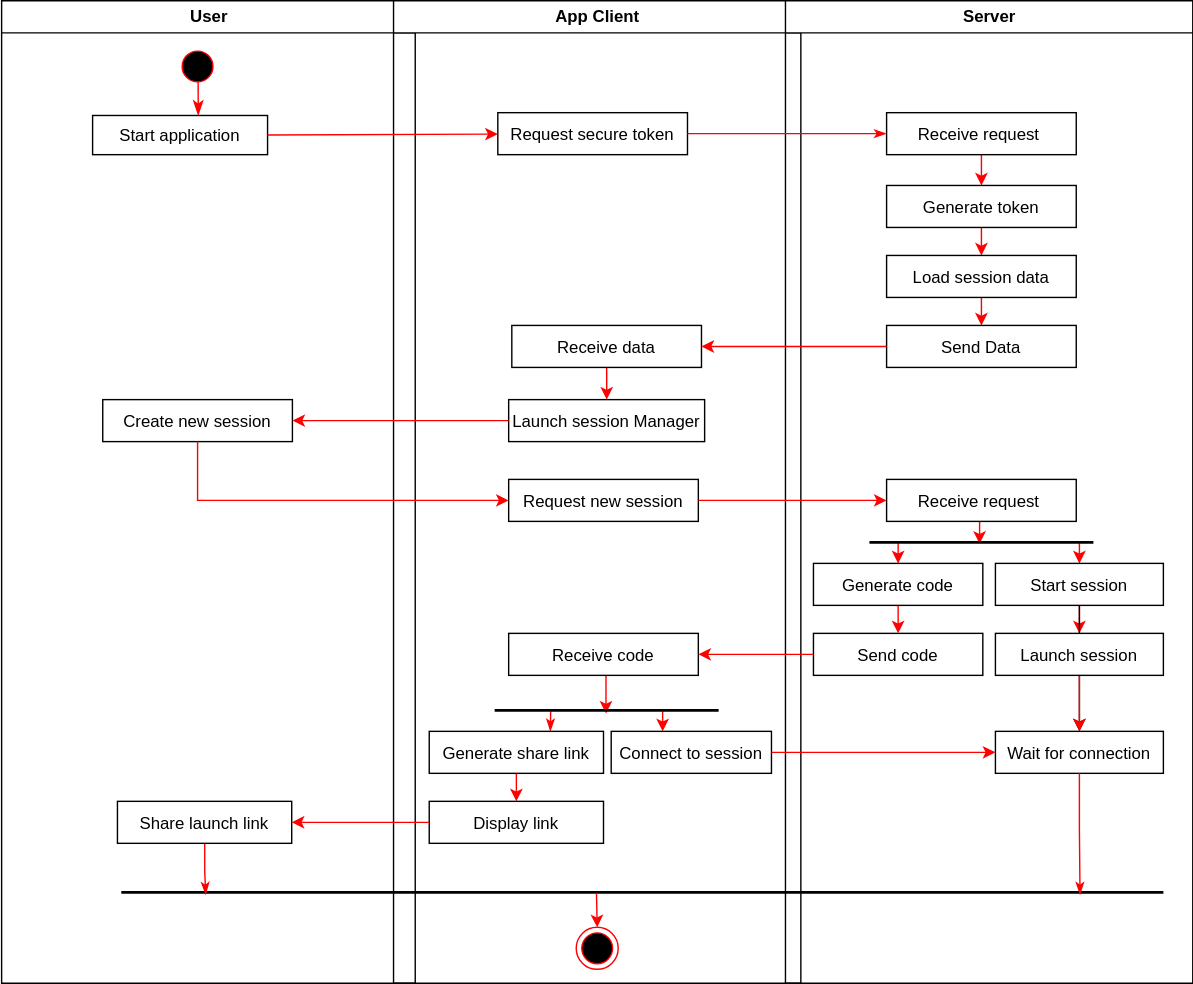
Above: use-cases/activity_diagrams/create_a_session.svg in MaxiLambda/LectureFeed-Docs (draw.io), before the change. Source tidied: cells renumbered, new cells last; positions are measured from the earlier drawing's top-left corner, leaving out a move shared by most shapes.
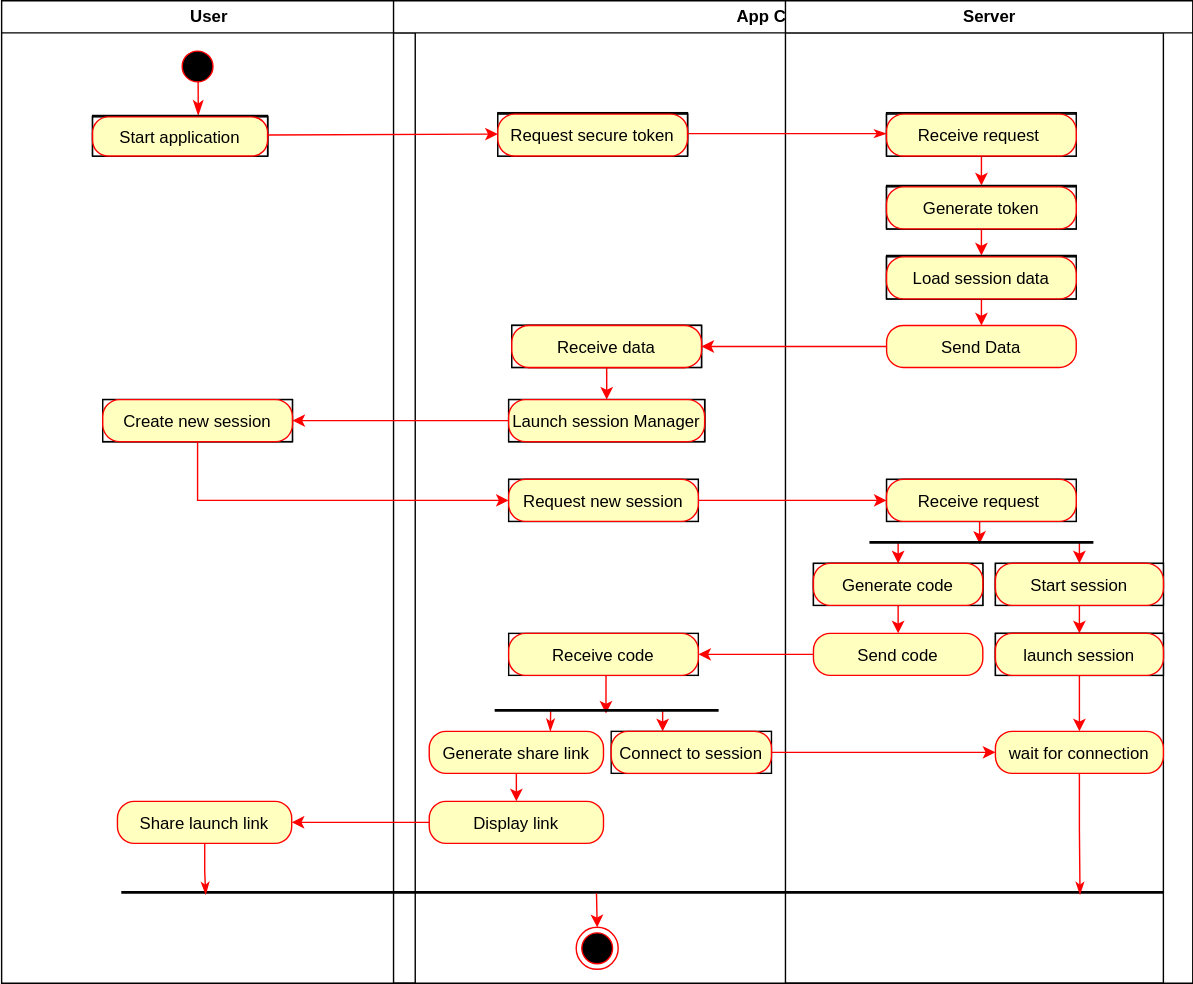
The same diagram one commit later.

Diff of the diagram source:
```diff
@@ -21,7 +21,7 @@
       <mxGeometry x="85.5" y="632" width="744.5" height="10" as="geometry" />
     </mxCell>
     <mxCell id="8" value="App Client" style="swimlane;whiteSpace=wrap;startSize=23;" parent="1" vertex="1">
-      <mxGeometry x="280.5" width="291" height="702" as="geometry" />
+      <mxGeometry x="280.5" width="550" height="702" as="geometry" />
     </mxCell>
     <mxCell id="9" value="Request secure token" parent="8" vertex="1">
       <mxGeometry x="74.5" y="80" width="135.5" height="30" as="geometry" />
@@ -56,18 +56,87 @@
     <mxCell id="19" style="edgeStyle=orthogonalEdgeStyle;rounded=0;jettySize=auto;html=1;exitX=0.5;exitY=1;exitDx=0;exitDy=0;entryX=0.5;entryY=0;entryDx=0;entryDy=0;strokeColor=#FF0000;" parent="8" edge="1" source="20" target="22">
       <mxGeometry relative="1" as="geometry" />
     </mxCell>
-    <mxCell id="20" value="Generate share link" parent="8" vertex="1">
+    <mxCell id="20" value="Generate share link" style="rounded=1;fontColor=#000000;strokeColor=#ff0000;fillColor=#ffffc0;arcSize=40;" parent="8" vertex="1">
       <mxGeometry x="25.5" y="522" width="124.5" height="30" as="geometry" />
     </mxCell>
     <mxCell id="21" value="Connect to session" parent="8" vertex="1">
       <mxGeometry x="155.5" y="522" width="114.5" height="30" as="geometry" />
     </mxCell>
-    <mxCell id="22" value="Display link" parent="8" vertex="1">
+    <mxCell id="22" value="Display link" style="rounded=1;fontColor=#000000;strokeColor=#ff0000;fillColor=#ffffc0;arcSize=40;" parent="8" vertex="1">
       <mxGeometry x="25.5" y="572" width="124.5" height="30" as="geometry" />
     </mxCell>
     <mxCell id="23" style="ellipse;html=1;shape=endState;fillColor=#000000;strokeColor=#ff0000;" parent="8" vertex="1">
       <mxGeometry x="130.5" y="662" width="30" height="30" as="geometry" />
     </mxCell>
+    <mxCell id="59" value="Start application" parent="8" vertex="1">
+      <mxGeometry x="-215" y="83" width="125" height="28" as="geometry" />
+    </mxCell>
+    <mxCell id="60" value="Request secure token" parent="8" vertex="1">
+      <mxGeometry x="74.5" y="81" width="135.5" height="30" as="geometry" />
+    </mxCell>
+    <mxCell id="61" value="Receive request " parent="8" vertex="1">
+      <mxGeometry x="352.2" y="81" width="135.5" height="30" as="geometry" />
+    </mxCell>
+    <mxCell id="62" value="Generate token" parent="8" vertex="1">
+      <mxGeometry x="352.2" y="133" width="135.5" height="30" as="geometry" />
+    </mxCell>
+    <mxCell id="63" value="Load session data" parent="8" vertex="1">
+      <mxGeometry x="352.2" y="183" width="135.5" height="30" as="geometry" />
+    </mxCell>
+    <mxCell id="64" value="Receive data" parent="8" vertex="1">
+      <mxGeometry x="84.5" y="232" width="135.5" height="30" as="geometry" />
+    </mxCell>
+    <mxCell id="65" value="Launch session Manager" parent="8" vertex="1">
+      <mxGeometry x="82.2" y="285" width="140" height="30" as="geometry" />
+    </mxCell>
+    <mxCell id="66" value="Create new session" parent="8" vertex="1">
+      <mxGeometry x="-207.8" y="285" width="135.5" height="30" as="geometry" />
+    </mxCell>
+    <mxCell id="67" value="Start application" style="rounded=1;fontColor=#000000;strokeColor=#ff0000;fillColor=#ffffc0;arcSize=40;" parent="8" vertex="1">
+      <mxGeometry x="-215" y="83" width="125" height="28" as="geometry" />
+    </mxCell>
+    <mxCell id="68" value="Request secure token" style="rounded=1;fontColor=#000000;strokeColor=#ff0000;fillColor=#ffffc0;arcSize=40;" parent="8" vertex="1">
+      <mxGeometry x="74.5" y="81" width="135.5" height="30" as="geometry" />
+    </mxCell>
+    <mxCell id="69" value="Receive request " style="rounded=1;fontColor=#000000;strokeColor=#ff0000;fillColor=#ffffc0;arcSize=40;" parent="8" vertex="1">
+      <mxGeometry x="352.2" y="81" width="135.5" height="30" as="geometry" />
+    </mxCell>
+    <mxCell id="70" value="Generate token" style="rounded=1;fontColor=#000000;strokeColor=#ff0000;fillColor=#ffffc0;arcSize=40;" parent="8" vertex="1">
+      <mxGeometry x="352.2" y="133" width="135.5" height="30" as="geometry" />
+    </mxCell>
+    <mxCell id="71" value="Load session data" style="rounded=1;fontColor=#000000;strokeColor=#ff0000;fillColor=#ffffc0;arcSize=40;" parent="8" vertex="1">
+      <mxGeometry x="352.2" y="183" width="135.5" height="30" as="geometry" />
+    </mxCell>
+    <mxCell id="72" value="Receive data" style="rounded=1;fontColor=#000000;strokeColor=#ff0000;fillColor=#ffffc0;arcSize=40;" parent="8" vertex="1">
+      <mxGeometry x="84.5" y="232" width="135.5" height="30" as="geometry" />
+    </mxCell>
+    <mxCell id="73" value="Launch session Manager" style="rounded=1;fontColor=#000000;strokeColor=#ff0000;fillColor=#ffffc0;arcSize=40;" parent="8" vertex="1">
+      <mxGeometry x="82.2" y="285" width="140" height="30" as="geometry" />
+    </mxCell>
+    <mxCell id="74" value="Create new session" style="rounded=1;fontColor=#000000;strokeColor=#ff0000;fillColor=#ffffc0;arcSize=40;" parent="8" vertex="1">
+      <mxGeometry x="-207.8" y="285" width="135.5" height="30" as="geometry" />
+    </mxCell>
+    <mxCell id="75" value="Request new session" style="rounded=1;fontColor=#000000;strokeColor=#ff0000;fillColor=#ffffc0;arcSize=40;" parent="8" vertex="1">
+      <mxGeometry x="82.2" y="342" width="135.5" height="30" as="geometry" />
+    </mxCell>
+    <mxCell id="76" value="Receive request " style="rounded=1;fontColor=#000000;strokeColor=#ff0000;fillColor=#ffffc0;arcSize=40;" parent="8" vertex="1">
+      <mxGeometry x="352.2" y="342" width="135.5" height="30" as="geometry" />
+    </mxCell>
+    <mxCell id="77" value="Generate code" style="rounded=1;fontColor=#000000;strokeColor=#ff0000;fillColor=#ffffc0;arcSize=40;" parent="8" vertex="1">
+      <mxGeometry x="300" y="402" width="121" height="30" as="geometry" />
+    </mxCell>
+    <mxCell id="78" value="Start session" style="rounded=1;fontColor=#000000;strokeColor=#ff0000;fillColor=#ffffc0;arcSize=40;" parent="8" vertex="1">
+      <mxGeometry x="430" y="402" width="120" height="30" as="geometry" />
+    </mxCell>
+    <mxCell id="79" value="launch session" style="rounded=1;fontColor=#000000;strokeColor=#ff0000;fillColor=#ffffc0;arcSize=40;" parent="8" vertex="1">
+      <mxGeometry x="430" y="452" width="120" height="30" as="geometry" />
+    </mxCell>
+    <mxCell id="80" value="Connect to session" style="rounded=1;fontColor=#000000;strokeColor=#ff0000;fillColor=#ffffc0;arcSize=40;" parent="8" vertex="1">
+      <mxGeometry x="155.5" y="522" width="114.5" height="30" as="geometry" />
+    </mxCell>
+    <mxCell id="81" value="Receive code" style="rounded=1;fontColor=#000000;strokeColor=#ff0000;fillColor=#ffffc0;arcSize=40;" parent="8" vertex="1">
+      <mxGeometry x="82.2" y="452" width="135.5" height="30" as="geometry" />
+    </mxCell>
     <mxCell id="24" value="Server" style="swimlane;whiteSpace=wrap;startSize=23;" parent="1" vertex="1">
       <mxGeometry x="560.5" width="291" height="702" as="geometry" />
     </mxCell>
@@ -89,7 +158,7 @@
     <mxCell id="30" value="Load session data" parent="24" vertex="1">
       <mxGeometry x="72.2" y="182" width="135.5" height="30" as="geometry" />
     </mxCell>
-    <mxCell id="31" value="Send Data" parent="24" vertex="1">
+    <mxCell id="31" value="Send Data" style="rounded=1;fontColor=#000000;strokeColor=#ff0000;fillColor=#ffffc0;arcSize=40;" parent="24" vertex="1">
       <mxGeometry x="72.2" y="232" width="135.5" height="30" as="geometry" />
     </mxCell>
     <mxCell id="32" style="edgeStyle=orthogonalEdgeStyle;rounded=0;jettySize=auto;html=1;exitX=0.5;exitY=1;exitDx=0;exitDy=0;entryX=0.492;entryY=0.6;entryDx=0;entryDy=0;entryPerimeter=0;strokeColor=#FF0000;" parent="24" edge="1" source="33" target="36">
@@ -116,24 +185,114 @@
     <mxCell id="39" style="edgeStyle=orthogonalEdgeStyle;rounded=0;jettySize=auto;html=1;exitX=0.5;exitY=1;exitDx=0;exitDy=0;entryX=0.5;entryY=0;entryDx=0;entryDy=0;strokeColor=#FF0000;" parent="24" edge="1" source="41" target="44">
       <mxGeometry relative="1" as="geometry" />
     </mxCell>
-    <mxCell id="40" style="edgeStyle=orthogonalEdgeStyle;rounded=0;jettySize=auto;html=1;" parent="24" edge="1" source="41" target="45">
-      <mxGeometry relative="1" as="geometry" />
-    </mxCell>
     <mxCell id="41" value="Start session" parent="24" vertex="1">
       <mxGeometry x="150" y="402" width="120" height="30" as="geometry" />
     </mxCell>
-    <mxCell id="42" value="Send code" parent="24" vertex="1">
+    <mxCell id="42" value="Send code" style="rounded=1;fontColor=#000000;strokeColor=#ff0000;fillColor=#ffffc0;arcSize=40;" parent="24" vertex="1">
       <mxGeometry x="20" y="452" width="121" height="30" as="geometry" />
     </mxCell>
     <mxCell id="43" style="edgeStyle=orthogonalEdgeStyle;rounded=0;jettySize=auto;html=1;exitX=0.5;exitY=1;exitDx=0;exitDy=0;entryX=0.5;entryY=0;entryDx=0;entryDy=0;strokeColor=#FF0000;" parent="24" edge="1" source="44" target="45">
       <mxGeometry relative="1" as="geometry" />
     </mxCell>
-    <mxCell id="44" value="Launch session" parent="24" vertex="1">
+    <mxCell id="44" value="launch session" parent="24" vertex="1">
       <mxGeometry x="150" y="452" width="120" height="30" as="geometry" />
     </mxCell>
-    <mxCell id="45" value="Wait for connection" parent="24" vertex="1">
+    <mxCell id="45" value="wait for connection" style="rounded=1;fontColor=#000000;strokeColor=#ff0000;fillColor=#ffffc0;arcSize=40;" parent="24" vertex="1">
       <mxGeometry x="150" y="522" width="120" height="30" as="geometry" />
     </mxCell>
+    <mxCell id="82" value="Start application" parent="24" vertex="1">
+      <mxGeometry x="-495" y="83" width="125" height="28" as="geometry" />
+    </mxCell>
+    <mxCell id="83" value="Request secure token" parent="24" vertex="1">
+      <mxGeometry x="-205.5" y="81" width="135.5" height="30" as="geometry" />
+    </mxCell>
+    <mxCell id="84" value="Receive request " parent="24" vertex="1">
+      <mxGeometry x="72.2" y="81" width="135.5" height="30" as="geometry" />
+    </mxCell>
+    <mxCell id="85" value="Generate token" parent="24" vertex="1">
+      <mxGeometry x="72.2" y="133" width="135.5" height="30" as="geometry" />
+    </mxCell>
+    <mxCell id="86" value="Load session data" parent="24" vertex="1">
+      <mxGeometry x="72.2" y="183" width="135.5" height="30" as="geometry" />
+    </mxCell>
+    <mxCell id="87" value="Start application" parent="24" vertex="1">
+      <mxGeometry x="-495" y="83" width="125" height="28" as="geometry" />
+    </mxCell>
+    <mxCell id="88" value="Request secure token" parent="24" vertex="1">
+      <mxGeometry x="-205.5" y="81" width="135.5" height="30" as="geometry" />
+    </mxCell>
+    <mxCell id="89" value="Receive request " parent="24" vertex="1">
+      <mxGeometry x="72.2" y="81" width="135.5" height="30" as="geometry" />
+    </mxCell>
+    <mxCell id="90" value="Generate token" parent="24" vertex="1">
+      <mxGeometry x="72.2" y="133" width="135.5" height="30" as="geometry" />
+    </mxCell>
+    <mxCell id="91" value="Load session data" parent="24" vertex="1">
+      <mxGeometry x="72.2" y="183" width="135.5" height="30" as="geometry" />
+    </mxCell>
+    <mxCell id="92" value="Receive data" parent="24" vertex="1">
+      <mxGeometry x="-195.5" y="232" width="135.5" height="30" as="geometry" />
+    </mxCell>
+    <mxCell id="93" value="Launch session Manager" parent="24" vertex="1">
+      <mxGeometry x="-197.8" y="285" width="140" height="30" as="geometry" />
+    </mxCell>
+    <mxCell id="94" value="Create new session" parent="24" vertex="1">
+      <mxGeometry x="-487.8" y="285" width="135.5" height="30" as="geometry" />
+    </mxCell>
+    <mxCell id="95" value="Request new session" parent="24" vertex="1">
+      <mxGeometry x="-197.8" y="342" width="135.5" height="30" as="geometry" />
+    </mxCell>
+    <mxCell id="96" value="Receive request " parent="24" vertex="1">
+      <mxGeometry x="72.2" y="342" width="135.5" height="30" as="geometry" />
+    </mxCell>
+    <mxCell id="97" value="Generate code" parent="24" vertex="1">
+      <mxGeometry x="20" y="402" width="121" height="30" as="geometry" />
+    </mxCell>
+    <mxCell id="98" value="Start session" parent="24" vertex="1">
+      <mxGeometry x="150" y="402" width="120" height="30" as="geometry" />
+    </mxCell>
+    <mxCell id="99" value="launch session" parent="24" vertex="1">
+      <mxGeometry x="150" y="452" width="120" height="30" as="geometry" />
+    </mxCell>
+    <mxCell id="100" value="Start application" style="rounded=1;fontColor=#000000;strokeColor=#ff0000;fillColor=#ffffc0;arcSize=40;" parent="24" vertex="1">
+      <mxGeometry x="-495" y="83" width="125" height="28" as="geometry" />
+    </mxCell>
+    <mxCell id="101" value="Request secure token" style="rounded=1;fontColor=#000000;strokeColor=#ff0000;fillColor=#ffffc0;arcSize=40;" parent="24" vertex="1">
+      <mxGeometry x="-205.5" y="81" width="135.5" height="30" as="geometry" />
+    </mxCell>
+    <mxCell id="102" value="Receive request " style="rounded=1;fontColor=#000000;strokeColor=#ff0000;fillColor=#ffffc0;arcSize=40;" parent="24" vertex="1">
+      <mxGeometry x="72.2" y="81" width="135.5" height="30" as="geometry" />
+    </mxCell>
+    <mxCell id="103" value="Generate token" style="rounded=1;fontColor=#000000;strokeColor=#ff0000;fillColor=#ffffc0;arcSize=40;" parent="24" vertex="1">
+      <mxGeometry x="72.2" y="133" width="135.5" height="30" as="geometry" />
+    </mxCell>
+    <mxCell id="104" value="Load session data" style="rounded=1;fontColor=#000000;strokeColor=#ff0000;fillColor=#ffffc0;arcSize=40;" parent="24" vertex="1">
+      <mxGeometry x="72.2" y="183" width="135.5" height="30" as="geometry" />
+    </mxCell>
+    <mxCell id="105" value="Receive data" style="rounded=1;fontColor=#000000;strokeColor=#ff0000;fillColor=#ffffc0;arcSize=40;" parent="24" vertex="1">
+      <mxGeometry x="-195.5" y="232" width="135.5" height="30" as="geometry" />
+    </mxCell>
+    <mxCell id="106" value="Launch session Manager" style="rounded=1;fontColor=#000000;strokeColor=#ff0000;fillColor=#ffffc0;arcSize=40;" parent="24" vertex="1">
+      <mxGeometry x="-197.8" y="285" width="140" height="30" as="geometry" />
+    </mxCell>
+    <mxCell id="107" value="Create new session" style="rounded=1;fontColor=#000000;strokeColor=#ff0000;fillColor=#ffffc0;arcSize=40;" parent="24" vertex="1">
+      <mxGeometry x="-487.8" y="285" width="135.5" height="30" as="geometry" />
+    </mxCell>
+    <mxCell id="108" value="Request new session" style="rounded=1;fontColor=#000000;strokeColor=#ff0000;fillColor=#ffffc0;arcSize=40;" parent="24" vertex="1">
+      <mxGeometry x="-197.8" y="342" width="135.5" height="30" as="geometry" />
+    </mxCell>
+    <mxCell id="109" value="Receive request " style="rounded=1;fontColor=#000000;strokeColor=#ff0000;fillColor=#ffffc0;arcSize=40;" parent="24" vertex="1">
+      <mxGeometry x="72.2" y="342" width="135.5" height="30" as="geometry" />
+    </mxCell>
+    <mxCell id="110" value="Generate code" style="rounded=1;fontColor=#000000;strokeColor=#ff0000;fillColor=#ffffc0;arcSize=40;" parent="24" vertex="1">
+      <mxGeometry x="20" y="402" width="121" height="30" as="geometry" />
+    </mxCell>
+    <mxCell id="111" value="Start session" style="rounded=1;fontColor=#000000;strokeColor=#ff0000;fillColor=#ffffc0;arcSize=40;" parent="24" vertex="1">
+      <mxGeometry x="150" y="402" width="120" height="30" as="geometry" />
+    </mxCell>
+    <mxCell id="112" value="launch session" style="rounded=1;fontColor=#000000;strokeColor=#ff0000;fillColor=#ffffc0;arcSize=40;" parent="24" vertex="1">
+      <mxGeometry x="150" y="452" width="120" height="30" as="geometry" />
+    </mxCell>
     <mxCell id="46" style="endArrow=classicThin;endFill=1;rounded=1;strokeColor=#FF0000;entryX=0;entryY=0.5;entryDx=0;entryDy=0;" parent="1" edge="1" source="9" target="26">
       <mxGeometry relative="1" as="geometry" />
     </mxCell>
@@ -161,7 +320,7 @@
     <mxCell id="54" style="edgeStyle=orthogonalEdgeStyle;rounded=0;jettySize=auto;html=1;entryX=0.081;entryY=0.661;entryDx=0;entryDy=0;entryPerimeter=0;endArrow=classicThin;endFill=1;strokeColor=#FF0000;" parent="1" edge="1" source="55" target="7">
       <mxGeometry relative="1" as="geometry" />
     </mxCell>
-    <mxCell id="55" value="Share launch link" parent="1" vertex="1">
+    <mxCell id="55" value="Share launch link" style="rounded=1;fontColor=#000000;strokeColor=#ff0000;fillColor=#ffffc0;arcSize=40;" parent="1" vertex="1">
       <mxGeometry x="83.2" y="572" width="124.5" height="30" as="geometry" />
     </mxCell>
     <mxCell id="56" style="edgeStyle=orthogonalEdgeStyle;rounded=0;jettySize=auto;html=1;exitX=0;exitY=0.5;exitDx=0;exitDy=0;entryX=1;entryY=0.5;entryDx=0;entryDy=0;strokeColor=#FF0000;" parent="1" edge="1" source="22" target="55">
```
